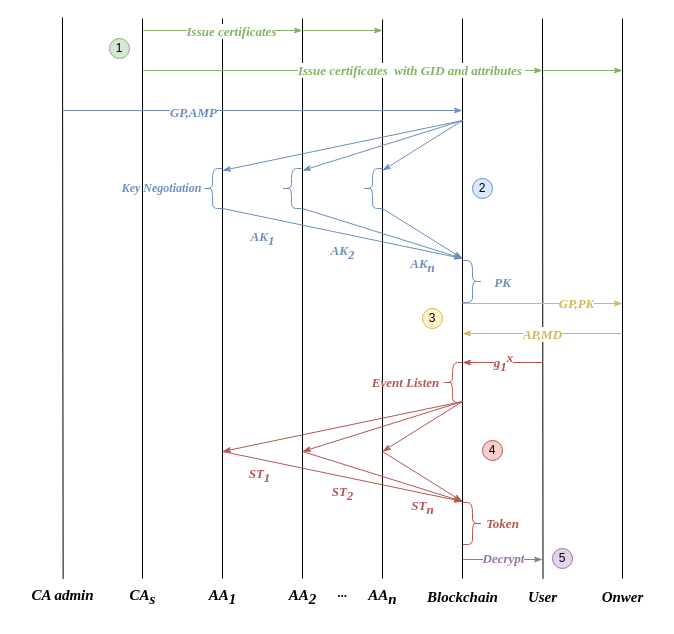
Above: systemarchitecture.drawio in Mr-doublehappines/httpServer (draw.io), before the change. Source tidied: cells renumbered, new cells numbered last; positions are measured from the earlier drawing's top-left corner, leaving out a move shared by most shapes. Both pictures are drawn from the tidied source at 100%, with x=0, y=0 at pixel (17, 17).
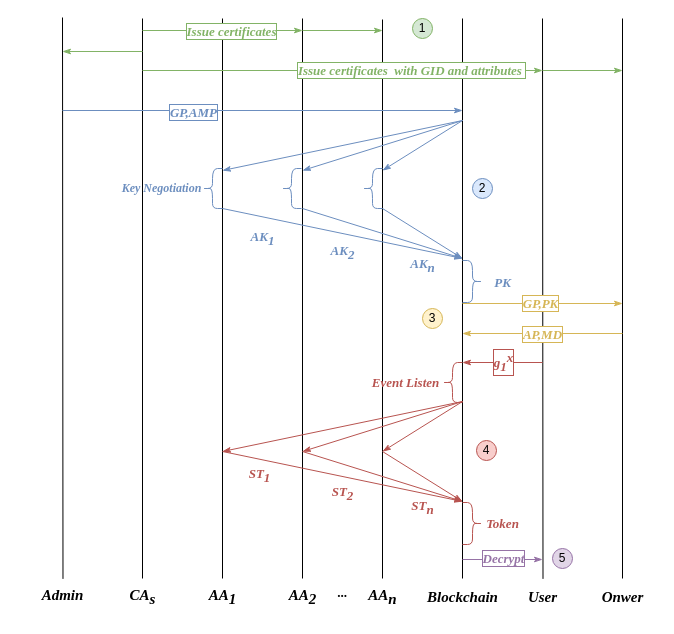
Above is the later version.

The change refers to these unchanged cells:
```xml
<mxCell id="10" style="endArrow=classicThin;html=1;rounded=0;endFill=1;fontFamily=Times New Roman;fontStyle=3;fillColor=#d5e8d4;strokeColor=#82b366;fontSize=13;" parent="1" edge="1">
  <mxGeometry relative="1" as="geometry">
    <mxPoint x="125" y="13" as="sourcePoint" />
    <mxPoint x="285" y="13" as="targetPoint" />
  </mxGeometry>
</mxCell>
<mxCell id="13" style="endArrow=classicThin;html=1;rounded=0;endFill=1;fontFamily=Times New Roman;fontStyle=3;fillColor=#d5e8d4;strokeColor=#82b366;fontSize=13;" parent="1" edge="1">
  <mxGeometry relative="1" as="geometry">
    <mxPoint x="125" y="53" as="sourcePoint" />
    <mxPoint x="525" y="53" as="targetPoint" />
  </mxGeometry>
</mxCell>
<mxCell id="16" style="endArrow=classicThin;html=1;rounded=0;endFill=1;fontFamily=Times New Roman;fontStyle=3;fillColor=#dae8fc;strokeColor=#6c8ebf;fontSize=13;" parent="1" edge="1">
  <mxGeometry relative="1" as="geometry">
    <mxPoint x="45" y="93" as="sourcePoint" />
    <mxPoint x="445" y="93" as="targetPoint" />
  </mxGeometry>
</mxCell>
<mxCell id="24" style="endArrow=classicThin;html=1;rounded=0;endFill=1;fontFamily=Times New Roman;fontStyle=3;fillColor=#fff2cc;strokeColor=#d6b656;fontSize=13;" parent="1" edge="1">
  <mxGeometry relative="1" as="geometry">
    <mxPoint x="445" y="286" as="sourcePoint" />
    <mxPoint x="605" y="286" as="targetPoint" />
  </mxGeometry>
</mxCell>
<mxCell id="26" style="endArrow=classicThin;html=1;rounded=0;endFill=1;fontFamily=Times New Roman;fontStyle=3;fillColor=#f8cecc;strokeColor=#b85450;fontColor=#B85450;fontSize=13;" parent="1" edge="1">
  <mxGeometry relative="1" as="geometry">
    <mxPoint x="525" y="345" as="sourcePoint" />
    <mxPoint x="445" y="345" as="targetPoint" />
  </mxGeometry>
</mxCell>
<mxCell id="34" style="endArrow=classicThin;html=1;rounded=0;endFill=1;fontFamily=Times New Roman;fontStyle=3;fillColor=#e1d5e7;strokeColor=#9673a6;fontSize=13;" parent="1" edge="1">
  <mxGeometry relative="1" as="geometry">
    <mxPoint x="445" y="542" as="sourcePoint" />
    <mxPoint x="525" y="542" as="targetPoint" />
  </mxGeometry>
</mxCell>
<mxCell id="57" style="endArrow=classicThin;html=1;rounded=0;endFill=1;fontFamily=Times New Roman;fontStyle=3;fillColor=#fff2cc;strokeColor=#d6b656;fontSize=13;" parent="1" edge="1">
  <mxGeometry relative="1" as="geometry">
    <mxPoint x="605" y="316" as="sourcePoint" />
    <mxPoint x="445" y="316" as="targetPoint" />
  </mxGeometry>
</mxCell>
```

Diff of the diagram source:
```diff
@@
-    <mxCell id="11" value="Issue certificates" style="edgeLabel;html=1;align=center;verticalAlign=middle;fontFamily=Times New Roman;fontStyle=3;fontColor=#82B366;fontSize=13;" parent="10" vertex="1">
+    <mxCell id="11" value="Issue certificates" style="edgeLabel;html=1;align=center;verticalAlign=middle;fontFamily=Times New Roman;fontStyle=3;fontColor=#82B366;fontSize=13;labelBorderColor=#82B366;" parent="10" vertex="1">
       <mxGeometry x="-0.09" y="-2" relative="1" as="geometry">
         <mxPoint x="15" y="-2" as="offset" />
       </mxGeometry>
     </mxCell>
@@
-    <mxCell id="14" value="Issue certificates&amp;nbsp; with GID and attributes&amp;nbsp;" style="edgeLabel;html=1;align=center;verticalAlign=middle;fontFamily=Times New Roman;fontStyle=3;fontColor=#82B366;fontSize=13;" parent="13" vertex="1">
+    <mxCell id="14" value="Issue certificates&amp;nbsp; with GID and attributes&amp;nbsp;" style="edgeLabel;html=1;align=center;verticalAlign=middle;fontFamily=Times New Roman;fontStyle=3;fontColor=#82B366;fontSize=13;labelBorderColor=#82B366;" parent="13" vertex="1">
       <mxGeometry x="0.34" relative="1" as="geometry">
         <mxPoint y="-1" as="offset" />
       </mxGeometry>
     </mxCell>
@@
-    <mxCell id="17" value="GP,AMP" style="edgeLabel;html=1;align=center;verticalAlign=middle;fontFamily=Times New Roman;fontStyle=3;fontColor=#6c8ebf;fontSize=13;" parent="16" vertex="1">
+    <mxCell id="17" value="GP,AMP" style="edgeLabel;html=1;align=center;verticalAlign=middle;fontFamily=Times New Roman;fontStyle=3;fontColor=#6c8ebf;fontSize=13;labelBorderColor=#6C8EBF;" parent="16" vertex="1">
       <mxGeometry x="-0.35" y="-1" relative="1" as="geometry" />
     </mxCell>
@@
-    <mxCell id="25" value="GP,PK" style="edgeLabel;html=1;align=center;verticalAlign=middle;fontFamily=Times New Roman;fontStyle=3;fontColor=#d6b656;fontSize=13;" parent="24" vertex="1">
-      <mxGeometry x="0.41" y="1" relative="1" as="geometry" />
+    <mxCell id="25" value="GP,PK" style="edgeLabel;html=1;align=center;verticalAlign=middle;fontFamily=Times New Roman;fontStyle=3;fontColor=#d6b656;fontSize=13;labelBackgroundColor=default;labelBorderColor=#D6B656;" parent="24" vertex="1">
+      <mxGeometry x="0.41" y="1" relative="1" as="geometry">
+        <mxPoint x="-36" as="offset" />
+      </mxGeometry>
     </mxCell>
@@
-    <mxCell id="27" value="g&lt;sub style=&quot;font-size: 13px;&quot;&gt;1&lt;/sub&gt;&lt;sup style=&quot;font-size: 13px;&quot;&gt;x&lt;/sup&gt;" style="edgeLabel;html=1;align=center;verticalAlign=middle;fontFamily=Times New Roman;fontStyle=3;fontColor=#B85450;fontSize=13;" parent="26" vertex="1">
+    <mxCell id="27" value="g&lt;sub style=&quot;font-size: 13px;&quot;&gt;1&lt;/sub&gt;&lt;sup style=&quot;font-size: 13px;&quot;&gt;x&lt;/sup&gt;" style="edgeLabel;html=1;align=center;verticalAlign=middle;fontFamily=Times New Roman;fontStyle=3;fontColor=#B85450;fontSize=13;labelBorderColor=#B85450;" parent="26" vertex="1">
       <mxGeometry y="-1" relative="1" as="geometry" />
     </mxCell>
@@
-    <mxCell id="35" value="Decrypt" style="edgeLabel;html=1;align=center;verticalAlign=middle;fontFamily=Times New Roman;fontStyle=3;fontColor=#9673a6;fontSize=13;" parent="34" vertex="1">
+    <mxCell id="35" value="Decrypt" style="edgeLabel;html=1;align=center;verticalAlign=middle;fontFamily=Times New Roman;fontStyle=3;fontColor=#9673a6;fontSize=13;labelBorderColor=#9673a6;" parent="34" vertex="1">
       <mxGeometry x="0.1" y="-1" relative="1" as="geometry">
         <mxPoint x="-4" y="-3" as="offset" />
       </mxGeometry>
     </mxCell>
-    <mxCell id="36" value="CA admin" style="text;html=1;align=center;verticalAlign=middle;points=[];strokeColor=none;fillColor=none;fontFamily=Times New Roman;fontStyle=3;fontSize=15;" parent="1" vertex="1">
-      <mxGeometry y="562" width="90" height="30" as="geometry" />
+    <mxCell id="36" value="Admin" style="text;html=1;align=center;verticalAlign=middle;points=[];strokeColor=none;fillColor=none;fontFamily=Times New Roman;fontStyle=3;fontSize=15;" parent="1" vertex="1">
+      <mxGeometry x="10" y="562" width="70" height="30" as="geometry" />
     </mxCell>
@@
-    <mxCell id="58" value="AP,MD" style="edgeLabel;html=1;align=center;verticalAlign=middle;fontFamily=Times New Roman;fontStyle=3;fontColor=#D6B656;fontSize=13;" parent="57" vertex="1">
+    <mxCell id="58" value="AP,MD" style="edgeLabel;html=1;align=center;verticalAlign=middle;fontFamily=Times New Roman;fontStyle=3;fontColor=#D6B656;fontSize=13;labelBorderColor=#D6B656;" parent="57" vertex="1">
       <mxGeometry x="-0.02" y="2" relative="1" as="geometry">
         <mxPoint x="-3" y="-2" as="offset" />
       </mxGeometry>
     </mxCell>
@@
     <mxCell id="62" value="1" style="ellipse;whiteSpace=wrap;html=1;fillColor=#d5e8d4;strokeColor=#82b366;" parent="1" vertex="1">
-      <mxGeometry x="92" y="21" width="20" height="20" as="geometry" />
+      <mxGeometry x="395" y="1" width="20" height="20" as="geometry" />
     </mxCell>
@@
     <mxCell id="65" value="4" style="ellipse;whiteSpace=wrap;html=1;fillColor=#f8cecc;strokeColor=#b85450;" parent="1" vertex="1">
-      <mxGeometry x="465" y="423" width="20" height="20" as="geometry" />
+      <mxGeometry x="459" y="423" width="20" height="20" as="geometry" />
     </mxCell>
@@
+    <mxCell id="68" style="endArrow=classicThin;html=1;rounded=0;endFill=1;fillColor=#d5e8d4;strokeColor=#82b366;" parent="1" edge="1">
+      <mxGeometry relative="1" as="geometry">
+        <mxPoint x="125" y="34" as="sourcePoint" />
+        <mxPoint x="45" y="34" as="targetPoint" />
+      </mxGeometry>
+    </mxCell>
```
